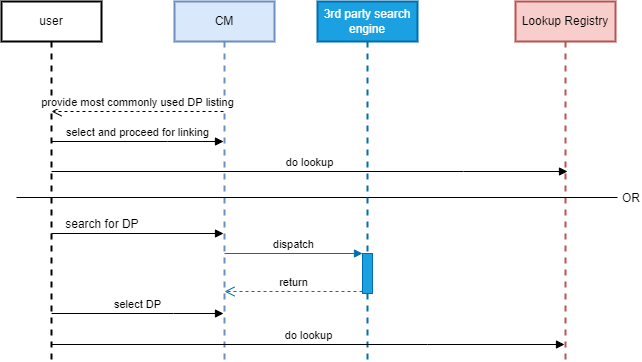
Earlier version of the draw.io export seqDiagram/discoveryFlow.png (iSPIRT/DEPA). Source tidied: cells renumbered, new cells last; positions are measured from the earlier drawing's top-left corner, leaving out a move shared by most shapes.
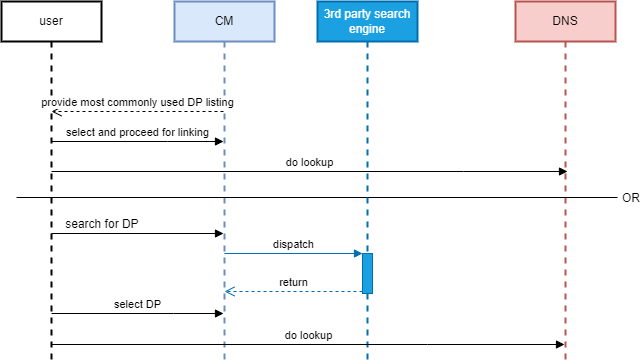
Later version of the same file.

The edit, as a diff of the source:
```diff
@@ -14,7 +14,7 @@
         <mxPoint x="222" y="232" as="targetPoint" />
       </mxGeometry>
     </mxCell>
-    <mxCell id="5" value="Lookup Registry" style="shape=umlLifeline;perimeter=lifelinePerimeter;whiteSpace=wrap;html=1;fillColor=#f8cecc;strokeColor=#b85450;strokeWidth=2;fontSize=12;" parent="1" vertex="1">
+    <mxCell id="5" value="DNS" style="shape=umlLifeline;perimeter=lifelinePerimeter;whiteSpace=wrap;html=1;fillColor=#f8cecc;strokeColor=#b85450;strokeWidth=2;fontSize=12;" parent="1" vertex="1">
       <mxGeometry x="514" width="100" height="360" as="geometry" />
     </mxCell>
     <mxCell id="6" value="provide most commonly used DP listing" style="html=1;verticalAlign=bottom;endArrow=open;dashed=1;endSize=8;rounded=0;" parent="1" edge="1" source="3" target="2">
```
